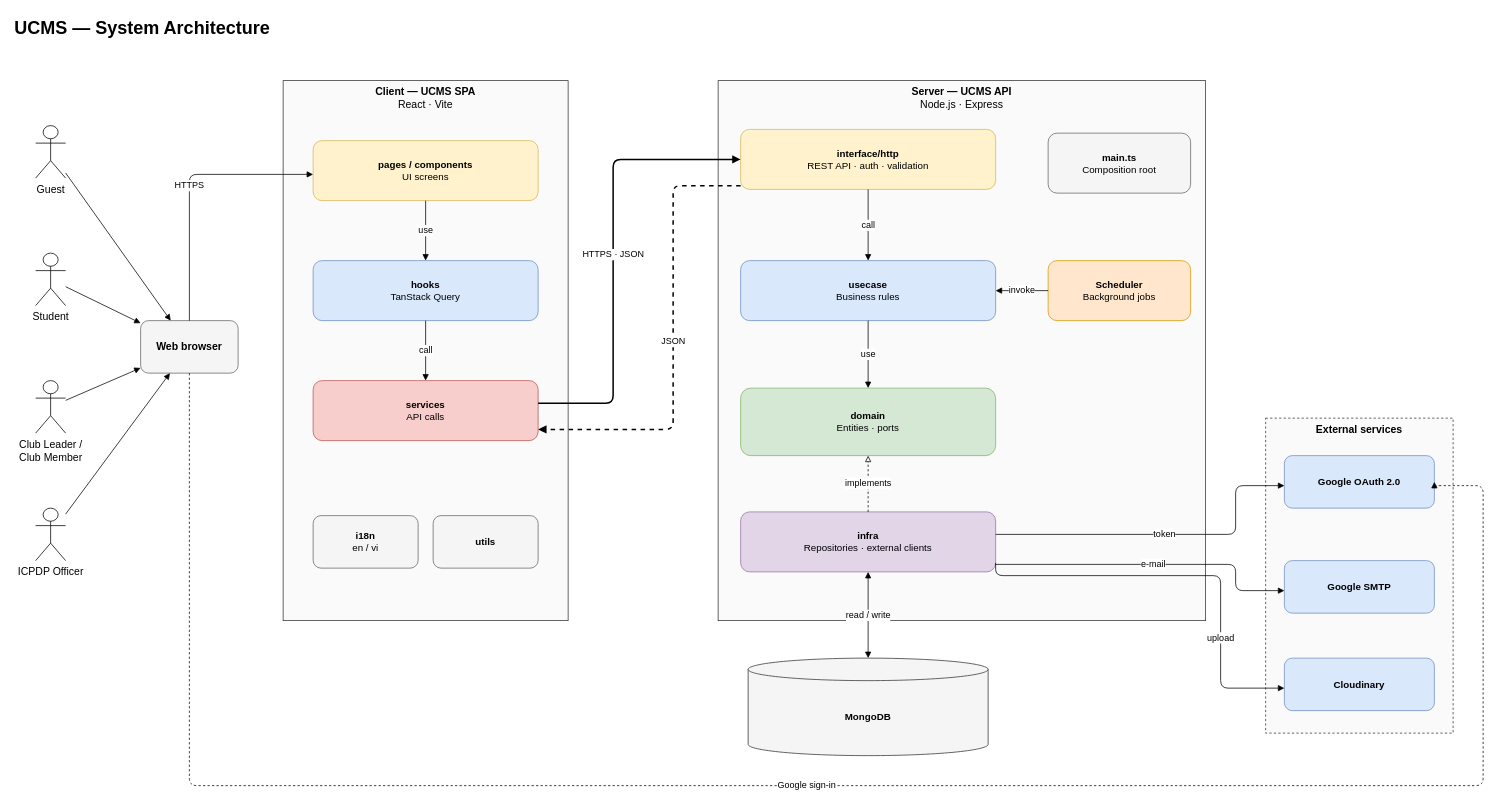
The draw.io diagram docs/03-diagrams/UCMS_System_Architecture.drawio in nvdekay/ClubManagementSystem, before the edit. Source tidied: cells renumbered, new cells numbered last; positions are measured from the earlier drawing's top-left corner, leaving out a move shared by most shapes. Both pictures are drawn from the tidied source at 75%, with x=0, y=0 at pixel (13, 13).
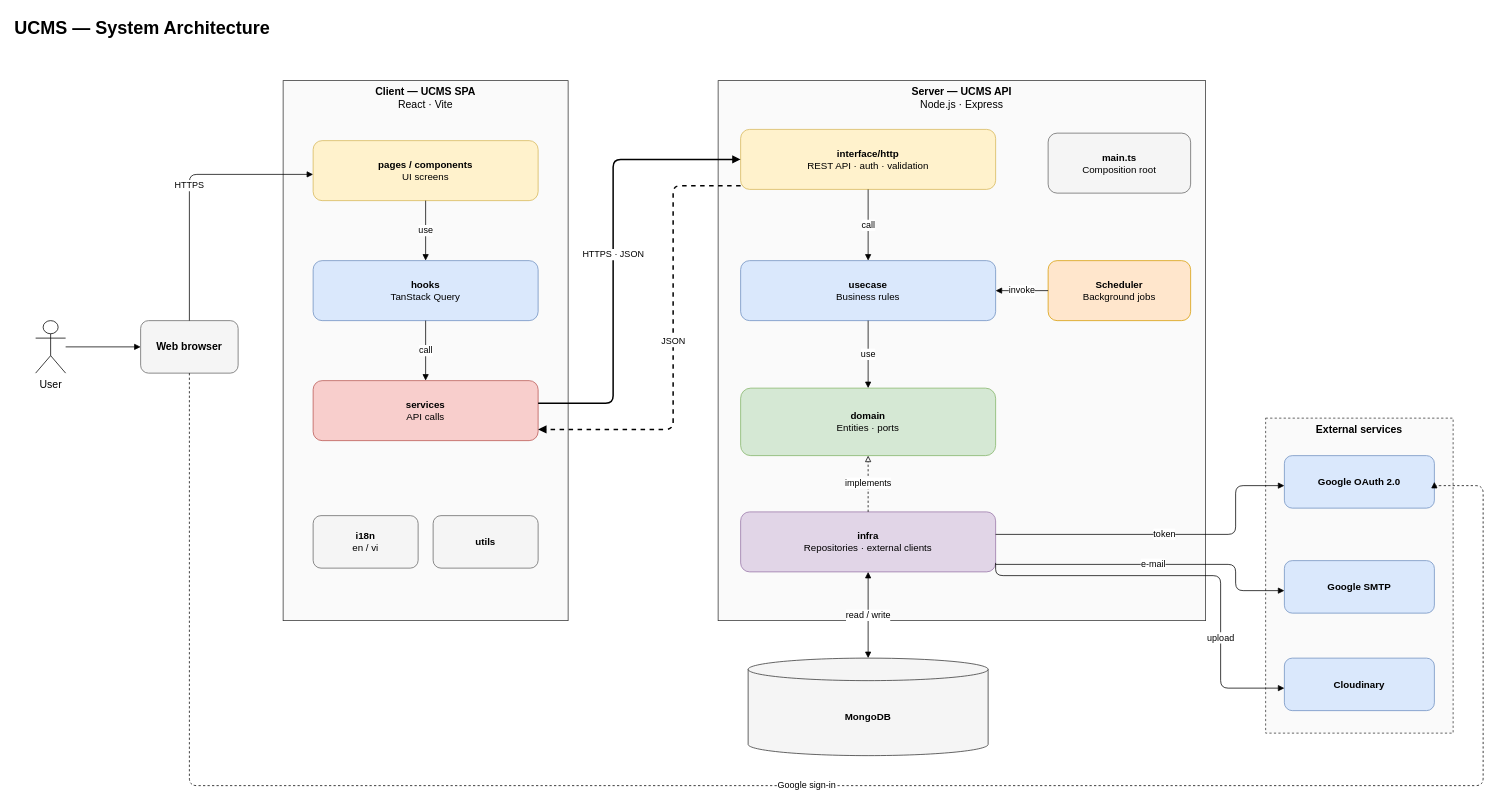
The same page after the edit.

Commit message (it also covers changes not shown here):
docs(diagrams): show a single User actor in the system architecture

The change refers to these unchanged cells:
```xml
<mxCell id="7" value="&lt;b&gt;Web browser&lt;/b&gt;" style="rounded=1;whiteSpace=wrap;html=1;fontSize=14;fillColor=#f5f5f5;strokeColor=#666666;" parent="1" vertex="1">
  <mxGeometry x="170" y="410" width="130" height="70" as="geometry" />
</mxCell>
```

Change to the diagram source:
```diff
@@
-    <mxCell id="3" value="Guest" style="shape=umlActor;verticalLabelPosition=bottom;verticalAlign=top;html=1;fontSize=14;" parent="1" vertex="1">
-      <mxGeometry x="30" y="150" width="40" height="70" as="geometry" />
-    </mxCell>
-    <mxCell id="4" value="Student" style="shape=umlActor;verticalLabelPosition=bottom;verticalAlign=top;html=1;fontSize=14;" parent="1" vertex="1">
-      <mxGeometry x="30" y="320" width="40" height="70" as="geometry" />
-    </mxCell>
-    <mxCell id="5" value="Club Leader /&lt;br&gt;Club Member" style="shape=umlActor;verticalLabelPosition=bottom;verticalAlign=top;html=1;fontSize=14;" parent="1" vertex="1">
-      <mxGeometry x="30" y="490" width="40" height="70" as="geometry" />
-    </mxCell>
-    <mxCell id="6" value="ICPDP Officer" style="shape=umlActor;verticalLabelPosition=bottom;verticalAlign=top;html=1;fontSize=14;" parent="1" vertex="1">
-      <mxGeometry x="30" y="660" width="40" height="70" as="geometry" />
-    </mxCell>
+    <mxCell id="44" value="User" style="shape=umlActor;verticalLabelPosition=bottom;verticalAlign=top;html=1;fontSize=14;" parent="1" vertex="1">
+      <mxGeometry x="30" y="410" width="40" height="70" as="geometry" />
+    </mxCell>
@@
-    <mxCell id="8" style="endArrow=block;endFill=1;html=1;" parent="1" edge="1" source="3" target="7">
+    <mxCell id="8" style="endArrow=block;endFill=1;html=1;" parent="1" edge="1" source="44" target="7">
       <mxGeometry relative="1" as="geometry" />
     </mxCell>
-    <mxCell id="9" style="endArrow=block;endFill=1;html=1;" parent="1" edge="1" source="4" target="7">
-      <mxGeometry relative="1" as="geometry" />
-    </mxCell>
-    <mxCell id="10" style="endArrow=block;endFill=1;html=1;" parent="1" edge="1" source="5" target="7">
-      <mxGeometry relative="1" as="geometry" />
-    </mxCell>
-    <mxCell id="11" style="endArrow=block;endFill=1;html=1;" parent="1" edge="1" source="6" target="7">
-      <mxGeometry relative="1" as="geometry" />
-    </mxCell>
```
